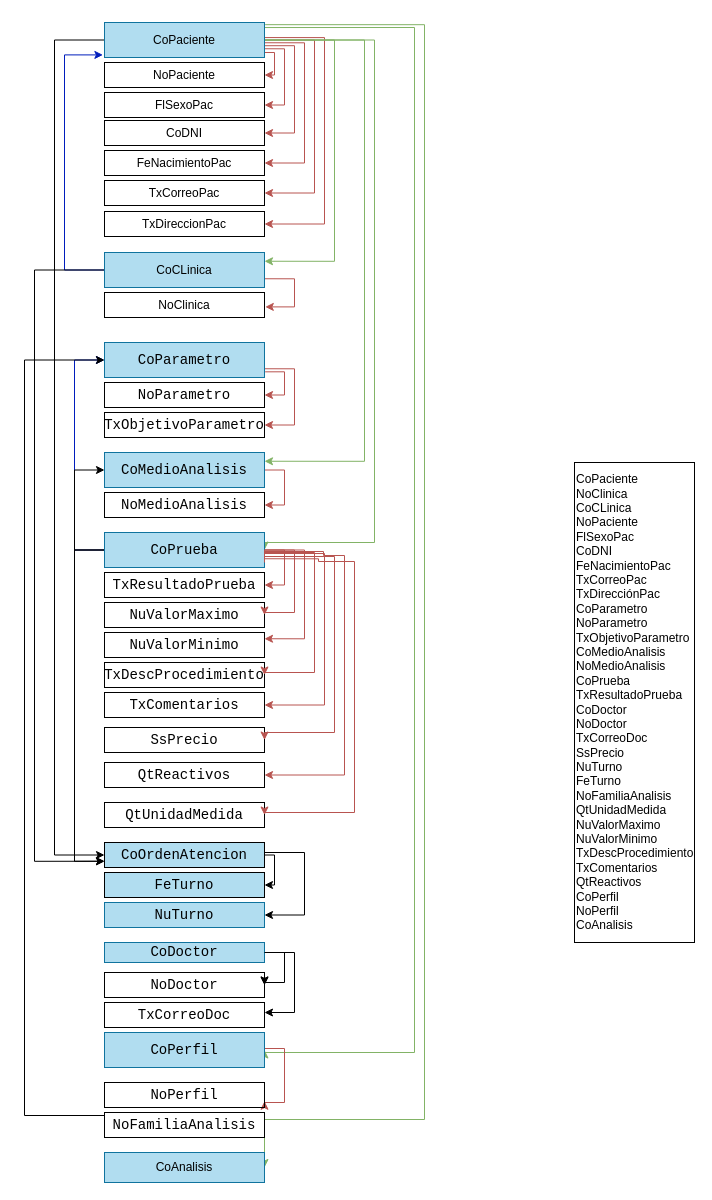
The draw.io diagram page "Diagrama Funcional" (1 of 2) of Untitled Diagram.drawio in hrojasutani/test, before the edit. Source tidied: cells renumbered, new cells numbered last; positions are measured from the earlier drawing's top-left corner, leaving out a move shared by most shapes. Both pictures are drawn from the tidied source at 100%, with x=0, y=0 at pixel (24, 22).
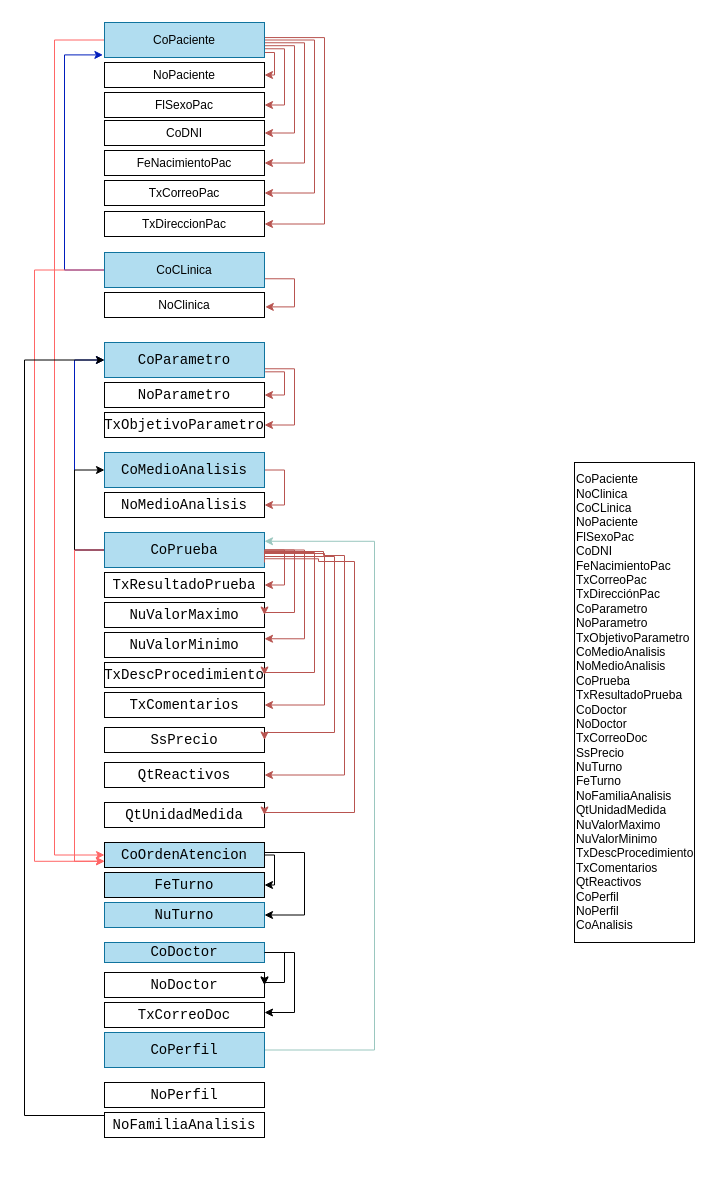
The same page after the edit.

Unchanged cells that the change refers to:
```xml
<mxCell id="15" value="&lt;span style=&quot;text-align: left;&quot;&gt;CoPaciente&lt;/span&gt;" style="rounded=0;whiteSpace=wrap;html=1;verticalAlign=middle;fillColor=#b1ddf0;strokeColor=#10739e;" parent="1" vertex="1">
  <mxGeometry x="80" width="160" height="35" as="geometry" />
</mxCell>
<mxCell id="20" value="&lt;div style=&quot;text-align: left;&quot;&gt;&lt;span style=&quot;background-color: initial;&quot;&gt;CoCLinica&lt;/span&gt;&lt;/div&gt;" style="rounded=0;whiteSpace=wrap;html=1;verticalAlign=middle;fillColor=#b1ddf0;strokeColor=#10739e;" parent="1" vertex="1">
  <mxGeometry x="80" y="230" width="160" height="35" as="geometry" />
</mxCell>
<mxCell id="34" value="&lt;div style=&quot;font-family: Consolas, &amp;quot;Courier New&amp;quot;, monospace; font-size: 14px; line-height: 19px;&quot;&gt;&lt;div&gt;&lt;span style=&quot;&quot;&gt;CoMedioAnalisis&lt;/span&gt;&lt;/div&gt;&lt;/div&gt;" style="text;whiteSpace=wrap;html=1;verticalAlign=middle;align=center;labelBackgroundColor=none;fontStyle=0;strokeColor=#10739e;fillColor=#b1ddf0;" parent="1" vertex="1">
  <mxGeometry x="80" y="430" width="160" height="35" as="geometry" />
</mxCell>
<mxCell id="40" value="&lt;div style=&quot;font-family: Consolas, &amp;quot;Courier New&amp;quot;, monospace; font-size: 14px; line-height: 19px;&quot;&gt;&lt;div&gt;&lt;span style=&quot;&quot;&gt;CoPrueba&lt;/span&gt;&lt;/div&gt;&lt;/div&gt;" style="text;whiteSpace=wrap;html=1;verticalAlign=middle;align=center;labelBackgroundColor=none;fontStyle=0;strokeColor=#10739e;fillColor=#b1ddf0;" parent="1" vertex="1">
  <mxGeometry x="80" y="510" width="160" height="35" as="geometry" />
</mxCell>
<mxCell id="50" value="&lt;div style=&quot;font-family: Consolas, &amp;quot;Courier New&amp;quot;, monospace; font-size: 14px; line-height: 19px;&quot;&gt;&lt;div&gt;&lt;span style=&quot;&quot;&gt;CoPerfil&lt;/span&gt;&lt;/div&gt;&lt;/div&gt;" style="text;whiteSpace=wrap;html=1;verticalAlign=middle;align=center;labelBackgroundColor=none;fontStyle=0;fillColor=#b1ddf0;strokeColor=#10739e;" parent="1" vertex="1">
  <mxGeometry x="80" y="1010" width="160" height="35" as="geometry" />
</mxCell>
<mxCell id="51" value="&lt;div style=&quot;font-family: Consolas, &amp;quot;Courier New&amp;quot;, monospace; font-size: 14px; line-height: 19px;&quot;&gt;&lt;div&gt;&lt;span style=&quot;&quot;&gt;NoPerfil&lt;/span&gt;&lt;/div&gt;&lt;/div&gt;" style="text;whiteSpace=wrap;html=1;verticalAlign=middle;align=center;fontColor=default;labelBackgroundColor=none;fontStyle=0;strokeColor=default;" parent="1" vertex="1">
  <mxGeometry x="80" y="1060" width="160" height="25" as="geometry" />
</mxCell>
<mxCell id="70" value="&lt;div style=&quot;font-family: Consolas, &amp;quot;Courier New&amp;quot;, monospace; font-size: 14px; line-height: 19px;&quot;&gt;&lt;div&gt;&lt;span style=&quot;&quot;&gt;CoOrdenAtencion&lt;/span&gt;&lt;/div&gt;&lt;/div&gt;" style="text;whiteSpace=wrap;html=1;verticalAlign=middle;align=center;fontColor=default;labelBackgroundColor=none;fontStyle=0;strokeColor=default;fillColor=#B1DDF0;" parent="1" vertex="1">
  <mxGeometry x="80" y="820" width="160" height="25" as="geometry" />
</mxCell>
```

What changed in the source:
```diff
@@
-    <mxCell id="9" style="edgeStyle=orthogonalEdgeStyle;rounded=0;jettySize=auto;html=1;entryX=1;entryY=0.25;entryDx=0;entryDy=0;fillColor=#d5e8d4;strokeColor=#82b366;" parent="1" edge="1" source="15" target="20">
-      <mxGeometry relative="1" as="geometry">
-        <Array as="points">
-          <mxPoint x="310" y="17.5" />
-          <mxPoint x="310" y="239" />
-        </Array>
-      </mxGeometry>
-    </mxCell>
-    <mxCell id="10" style="edgeStyle=orthogonalEdgeStyle;rounded=0;jettySize=auto;html=1;entryX=1;entryY=0.5;entryDx=0;entryDy=0;fillColor=#d5e8d4;strokeColor=#82b366;exitX=1;exitY=0.144;exitDx=0;exitDy=0;exitPerimeter=0;" parent="1" edge="1" source="15" target="50">
-      <mxGeometry relative="1" as="geometry">
-        <Array as="points">
-          <mxPoint x="390" y="5" />
-          <mxPoint x="390" y="1030" />
-          <mxPoint x="240" y="1030" />
-        </Array>
-      </mxGeometry>
-    </mxCell>
-    <mxCell id="11" style="edgeStyle=orthogonalEdgeStyle;rounded=0;jettySize=auto;html=1;exitX=1.004;exitY=0.062;exitDx=0;exitDy=0;exitPerimeter=0;entryX=1;entryY=0.5;entryDx=0;entryDy=0;fillColor=#d5e8d4;strokeColor=#82b366;" parent="1" edge="1" source="15" target="22">
-      <mxGeometry relative="1" as="geometry">
-        <Array as="points">
-          <mxPoint x="400" y="2" />
-          <mxPoint x="400" y="1097" />
-        </Array>
-      </mxGeometry>
-    </mxCell>
-    <mxCell id="12" style="edgeStyle=orthogonalEdgeStyle;rounded=0;jettySize=auto;html=1;entryX=1;entryY=0.25;entryDx=0;entryDy=0;fillColor=#d5e8d4;strokeColor=#82b366;" parent="1" edge="1" source="15" target="34">
-      <mxGeometry relative="1" as="geometry">
-        <Array as="points">
-          <mxPoint x="340" y="17.5" />
-          <mxPoint x="340" y="439" />
-        </Array>
-      </mxGeometry>
-    </mxCell>
-    <mxCell id="13" style="edgeStyle=orthogonalEdgeStyle;rounded=0;jettySize=auto;html=1;entryX=1;entryY=0.5;entryDx=0;entryDy=0;fillColor=#d5e8d4;strokeColor=#82b366;" parent="1" edge="1" source="15" target="40">
-      <mxGeometry relative="1" as="geometry">
-        <Array as="points">
-          <mxPoint x="350" y="18" />
-          <mxPoint x="350" y="520" />
-          <mxPoint x="240" y="520" />
-        </Array>
-      </mxGeometry>
-    </mxCell>
-    <mxCell id="14" style="edgeStyle=orthogonalEdgeStyle;rounded=0;jettySize=auto;html=1;entryX=0;entryY=0.5;entryDx=0;entryDy=0;" parent="1" edge="1" source="15" target="70">
+    <mxCell id="14" style="edgeStyle=orthogonalEdgeStyle;rounded=0;jettySize=auto;html=1;entryX=0;entryY=0.5;entryDx=0;entryDy=0;strokeColor=#FF6666;" parent="1" edge="1" source="15" target="70">
       <mxGeometry relative="1" as="geometry">
         <Array as="points">
           <mxPoint x="30" y="18" />
           <mxPoint x="30" y="833" />
         </Array>
       </mxGeometry>
     </mxCell>
@@
-    <mxCell id="19" style="edgeStyle=orthogonalEdgeStyle;rounded=0;jettySize=auto;html=1;entryX=0;entryY=0.75;entryDx=0;entryDy=0;" parent="1" edge="1" source="20" target="70">
+    <mxCell id="19" style="edgeStyle=orthogonalEdgeStyle;rounded=0;jettySize=auto;html=1;entryX=0;entryY=0.75;entryDx=0;entryDy=0;strokeColor=#FF6666;" parent="1" edge="1" source="20" target="70">
       <mxGeometry relative="1" as="geometry">
         <Array as="points">
           <mxPoint x="10" y="247.5" />
           <mxPoint x="10" y="839" />
         </Array>
       </mxGeometry>
     </mxCell>
@@
-    <mxCell id="22" value="&lt;div style=&quot;font-family: Helvetica; font-size: 12px; font-style: normal; font-variant-ligatures: normal; font-variant-caps: normal; letter-spacing: normal; orphans: 2; text-indent: 0px; text-transform: none; widows: 2; word-spacing: 0px; -webkit-text-stroke-width: 0px; text-decoration-thickness: initial; text-decoration-style: initial; text-decoration-color: initial;&quot;&gt;CoAnalisis&lt;br&gt;&lt;/div&gt;" style="text;whiteSpace=wrap;html=1;verticalAlign=middle;align=center;labelBackgroundColor=none;fontStyle=0;strokeColor=#10739e;fillColor=#b1ddf0;" parent="1" vertex="1">
-      <mxGeometry x="80" y="1130" width="160" height="30" as="geometry" />
-    </mxCell>
@@
-    <mxCell id="39" style="edgeStyle=orthogonalEdgeStyle;rounded=0;jettySize=auto;html=1;entryX=0;entryY=0.75;entryDx=0;entryDy=0;" parent="1" edge="1" source="40" target="70">
+    <mxCell id="39" style="edgeStyle=orthogonalEdgeStyle;rounded=0;jettySize=auto;html=1;entryX=0;entryY=0.75;entryDx=0;entryDy=0;strokeColor=#FF6666;" parent="1" edge="1" source="40" target="70">
       <mxGeometry relative="1" as="geometry">
         <Array as="points">
           <mxPoint x="50" y="528" />
           <mxPoint x="50" y="839" />
         </Array>
       </mxGeometry>
     </mxCell>
@@
-    <mxCell id="49" style="edgeStyle=orthogonalEdgeStyle;rounded=0;jettySize=auto;html=1;entryX=1;entryY=0.75;entryDx=0;entryDy=0;exitX=1;exitY=0.75;exitDx=0;exitDy=0;fillColor=#f8cecc;strokeColor=#b85450;" parent="1" edge="1" source="50" target="51">
-      <mxGeometry relative="1" as="geometry">
-        <Array as="points">
-          <mxPoint x="240" y="1026" />
-          <mxPoint x="260" y="1026" />
-          <mxPoint x="260" y="1080" />
-          <mxPoint x="240" y="1080" />
-        </Array>
-      </mxGeometry>
-    </mxCell>
+    <mxCell id="72" style="edgeStyle=orthogonalEdgeStyle;rounded=0;jettySize=auto;html=1;entryX=1;entryY=0.25;entryDx=0;entryDy=0;strokeColor=#9AC7BF;" parent="1" edge="1" source="50" target="40">
+      <mxGeometry relative="1" as="geometry">
+        <Array as="points">
+          <mxPoint x="350" y="1028" />
+          <mxPoint x="350" y="519" />
+        </Array>
+      </mxGeometry>
+    </mxCell>
```
